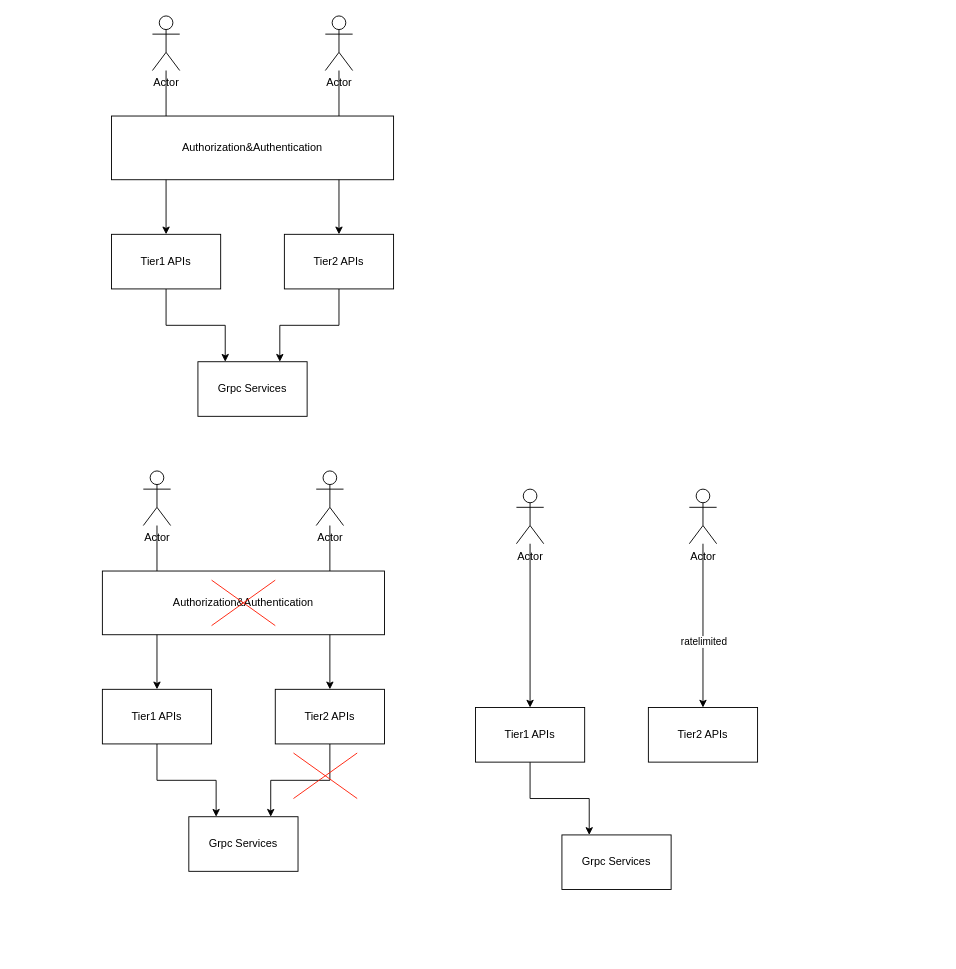
The draw.io diagram API Downgrade.drawio in evagle/awesome, before the edit. Source tidied: cells renumbered, new cells numbered last; positions are measured from the earlier drawing's top-left corner, leaving out a move shared by most shapes. Both pictures are drawn from the tidied source at 91%, with x=0, y=0 at pixel (102, 15).
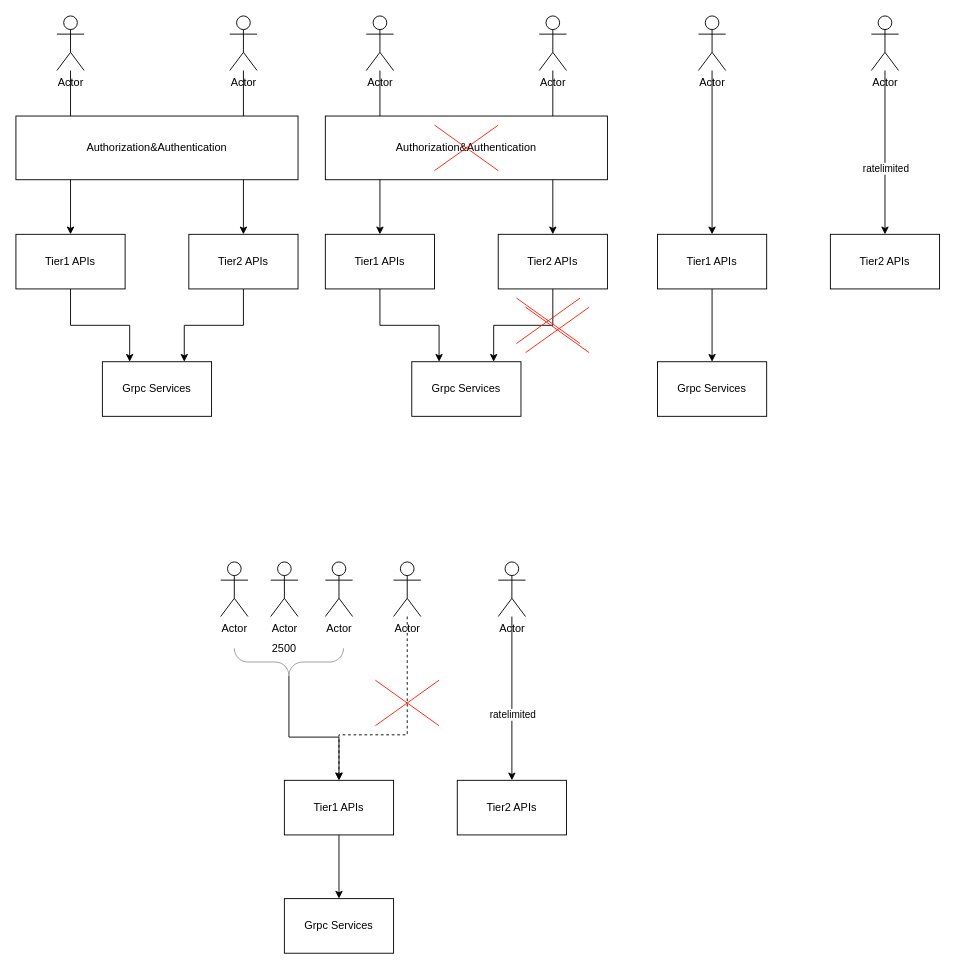
The same page after the edit.

Diff of the diagram source:
```diff
@@
     <mxCell id="3" value="Tier1 APIs" style="rounded=0;whiteSpace=wrap;html=1;" parent="1" vertex="1">
-      <mxGeometry x="10" y="240" width="120" height="60" as="geometry" />
+      <mxGeometry x="-95" y="240" width="120" height="60" as="geometry" />
     </mxCell>
@@
     <mxCell id="5" value="Tier2 APIs" style="rounded=0;whiteSpace=wrap;html=1;" parent="1" vertex="1">
-      <mxGeometry x="200" y="240" width="120" height="60" as="geometry" />
+      <mxGeometry x="95" y="240" width="120" height="60" as="geometry" />
     </mxCell>
@@
     <mxCell id="7" value="Actor" style="shape=umlActor;verticalLabelPosition=bottom;verticalAlign=top;html=1;outlineConnect=0;" parent="1" vertex="1">
-      <mxGeometry x="55" width="30" height="60" as="geometry" />
+      <mxGeometry x="-50" width="30" height="60" as="geometry" />
     </mxCell>
     <mxCell id="8" value="Grpc Services" style="rounded=0;whiteSpace=wrap;html=1;" parent="1" vertex="1">
-      <mxGeometry x="105" y="380" width="120" height="60" as="geometry" />
+      <mxGeometry y="380" width="120" height="60" as="geometry" />
     </mxCell>
@@
     <mxCell id="10" value="Actor" style="shape=umlActor;verticalLabelPosition=bottom;verticalAlign=top;html=1;outlineConnect=0;" parent="1" vertex="1">
-      <mxGeometry x="245" width="30" height="60" as="geometry" />
+      <mxGeometry x="140" width="30" height="60" as="geometry" />
     </mxCell>
     <mxCell id="11" value="Authorization&amp;amp;Authentication" style="rounded=0;whiteSpace=wrap;html=1;" parent="1" vertex="1">
-      <mxGeometry x="10" y="110" width="310" height="70" as="geometry" />
+      <mxGeometry x="-95" y="110" width="310" height="70" as="geometry" />
     </mxCell>
@@
     <mxCell id="13" value="Tier1 APIs" style="rounded=0;whiteSpace=wrap;html=1;" parent="1" vertex="1">
-      <mxGeometry y="740" width="120" height="60" as="geometry" />
+      <mxGeometry x="245" y="240" width="120" height="60" as="geometry" />
     </mxCell>
@@
     <mxCell id="15" value="Tier2 APIs" style="rounded=0;whiteSpace=wrap;html=1;" parent="1" vertex="1">
-      <mxGeometry x="190" y="740" width="120" height="60" as="geometry" />
+      <mxGeometry x="435" y="240" width="120" height="60" as="geometry" />
     </mxCell>
     <mxCell id="16" style="edgeStyle=orthogonalEdgeStyle;rounded=0;jettySize=auto;html=1;" parent="1" edge="1" source="17" target="13">
-      <mxGeometry relative="1" as="geometry" />
+      <mxGeometry relative="1" as="geometry">
+        <Array as="points">
+          <mxPoint x="305" y="170" />
+          <mxPoint x="305" y="170" />
+        </Array>
+      </mxGeometry>
     </mxCell>
     <mxCell id="17" value="Actor" style="shape=umlActor;verticalLabelPosition=bottom;verticalAlign=top;html=1;outlineConnect=0;" parent="1" vertex="1">
-      <mxGeometry x="45" y="500" width="30" height="60" as="geometry" />
+      <mxGeometry x="290" width="30" height="60" as="geometry" />
     </mxCell>
     <mxCell id="18" value="Grpc Services" style="rounded=0;whiteSpace=wrap;html=1;" parent="1" vertex="1">
-      <mxGeometry x="95" y="880" width="120" height="60" as="geometry" />
+      <mxGeometry x="340" y="380" width="120" height="60" as="geometry" />
     </mxCell>
@@
     <mxCell id="20" value="Actor" style="shape=umlActor;verticalLabelPosition=bottom;verticalAlign=top;html=1;outlineConnect=0;" parent="1" vertex="1">
-      <mxGeometry x="235" y="500" width="30" height="60" as="geometry" />
+      <mxGeometry x="480" width="30" height="60" as="geometry" />
     </mxCell>
     <mxCell id="21" value="Authorization&amp;amp;Authentication" style="rounded=0;whiteSpace=wrap;html=1;" parent="1" vertex="1">
-      <mxGeometry y="610" width="310" height="70" as="geometry" />
+      <mxGeometry x="245" y="110" width="310" height="70" as="geometry" />
     </mxCell>
     <mxCell id="22" style="group;" parent="1" vertex="1">
-      <mxGeometry x="120" y="620" width="70" height="50" as="geometry" />
+      <mxGeometry x="365" y="120" width="70" height="50" as="geometry" />
     </mxCell>
@@
     <mxCell id="25" style="group;" parent="1" vertex="1">
-      <mxGeometry x="210" y="810" width="70" height="50" as="geometry" />
+      <mxGeometry x="455" y="310" width="70" height="50" as="geometry" />
     </mxCell>
@@
-    <mxCell id="28" style="edgeStyle=orthogonalEdgeStyle;rounded=0;jettySize=auto;html=1;exitX=0.5;exitY=1;exitDx=0;exitDy=0;entryX=0.25;entryY=0;entryDx=0;entryDy=0;" parent="1" edge="1" source="29" target="33">
+    <mxCell id="28" style="edgeStyle=orthogonalEdgeStyle;rounded=0;jettySize=auto;html=1;exitX=0.5;exitY=1;exitDx=0;exitDy=0;entryX=0.5;entryY=0;entryDx=0;entryDy=0;" parent="1" edge="1" source="29" target="33">
       <mxGeometry relative="1" as="geometry" />
     </mxCell>
     <mxCell id="29" value="Tier1 APIs" style="rounded=0;whiteSpace=wrap;html=1;" parent="1" vertex="1">
-      <mxGeometry x="410" y="760" width="120" height="60" as="geometry" />
+      <mxGeometry x="610" y="240" width="120" height="60" as="geometry" />
     </mxCell>
     <mxCell id="30" value="Tier2 APIs" style="rounded=0;whiteSpace=wrap;html=1;" parent="1" vertex="1">
-      <mxGeometry x="600" y="760" width="120" height="60" as="geometry" />
+      <mxGeometry x="800" y="240" width="120" height="60" as="geometry" />
     </mxCell>
@@
     <mxCell id="32" value="Actor" style="shape=umlActor;verticalLabelPosition=bottom;verticalAlign=top;html=1;outlineConnect=0;" parent="1" vertex="1">
-      <mxGeometry x="455" y="520" width="30" height="60" as="geometry" />
+      <mxGeometry x="655" width="30" height="60" as="geometry" />
     </mxCell>
     <mxCell id="33" value="Grpc Services" style="rounded=0;whiteSpace=wrap;html=1;" parent="1" vertex="1">
-      <mxGeometry x="505" y="900" width="120" height="60" as="geometry" />
+      <mxGeometry x="610" y="380" width="120" height="60" as="geometry" />
     </mxCell>
@@
     <mxCell id="36" value="Actor" style="shape=umlActor;verticalLabelPosition=bottom;verticalAlign=top;html=1;outlineConnect=0;" parent="1" vertex="1">
-      <mxGeometry x="645" y="520" width="30" height="60" as="geometry" />
+      <mxGeometry x="845" width="30" height="60" as="geometry" />
     </mxCell>
+    <mxCell id="37" style="edgeStyle=orthogonalEdgeStyle;rounded=0;jettySize=auto;html=1;exitX=0.5;exitY=1;exitDx=0;exitDy=0;entryX=0.5;entryY=0;entryDx=0;entryDy=0;" parent="1" edge="1" source="38" target="42">
+      <mxGeometry relative="1" as="geometry" />
+    </mxCell>
+    <mxCell id="38" value="Tier1 APIs" style="rounded=0;whiteSpace=wrap;html=1;" parent="1" vertex="1">
+      <mxGeometry x="200" y="840" width="120" height="60" as="geometry" />
+    </mxCell>
+    <mxCell id="39" value="Tier2 APIs" style="rounded=0;whiteSpace=wrap;html=1;" parent="1" vertex="1">
+      <mxGeometry x="390" y="840" width="120" height="60" as="geometry" />
+    </mxCell>
+    <mxCell id="40" style="edgeStyle=orthogonalEdgeStyle;rounded=0;jettySize=auto;html=1;exitX=0.5;exitY=0.286;exitDx=0;exitDy=0;exitPerimeter=0;" parent="1" edge="1" source="50" target="38">
+      <mxGeometry relative="1" as="geometry" />
+    </mxCell>
+    <mxCell id="41" value="Actor" style="shape=umlActor;verticalLabelPosition=bottom;verticalAlign=top;html=1;" parent="1" vertex="1">
+      <mxGeometry x="245" y="600" width="30" height="60" as="geometry" />
+    </mxCell>
+    <mxCell id="42" value="Grpc Services" style="rounded=0;whiteSpace=wrap;html=1;" parent="1" vertex="1">
+      <mxGeometry x="200" y="970" width="120" height="60" as="geometry" />
+    </mxCell>
+    <mxCell id="43" style="edgeStyle=orthogonalEdgeStyle;rounded=0;jettySize=auto;html=1;" parent="1" edge="1" source="45" target="39">
+      <mxGeometry relative="1" as="geometry" />
+    </mxCell>
+    <mxCell id="44" value="ratelimited" style="edgeLabel;html=1;align=center;verticalAlign=middle;" parent="43" vertex="1">
+      <mxGeometry x="0.18" relative="1" as="geometry">
+        <mxPoint y="1" as="offset" />
+      </mxGeometry>
+    </mxCell>
+    <mxCell id="45" value="Actor" style="shape=umlActor;verticalLabelPosition=bottom;verticalAlign=top;html=1;outlineConnect=0;" parent="1" vertex="1">
+      <mxGeometry x="435" y="600" width="30" height="60" as="geometry" />
+    </mxCell>
+    <mxCell id="46" value="Actor" style="shape=umlActor;verticalLabelPosition=bottom;verticalAlign=top;html=1;" parent="1" vertex="1">
+      <mxGeometry x="185" y="600" width="30" height="60" as="geometry" />
+    </mxCell>
+    <mxCell id="47" style="edgeStyle=orthogonalEdgeStyle;rounded=0;jettySize=auto;html=1;dashed=1;" parent="1" edge="1" source="48" target="38">
+      <mxGeometry relative="1" as="geometry">
+        <Array as="points">
+          <mxPoint x="335" y="790" />
+          <mxPoint x="260" y="790" />
+        </Array>
+      </mxGeometry>
+    </mxCell>
+    <mxCell id="48" value="Actor" style="shape=umlActor;verticalLabelPosition=bottom;verticalAlign=top;html=1;outlineConnect=0;" parent="1" vertex="1">
+      <mxGeometry x="320" y="600" width="30" height="60" as="geometry" />
+    </mxCell>
+    <mxCell id="49" value="Actor" style="shape=umlActor;verticalLabelPosition=bottom;verticalAlign=top;html=1;" parent="1" vertex="1">
+      <mxGeometry x="130" y="600" width="30" height="60" as="geometry" />
+    </mxCell>
+    <mxCell id="50" style="labelPosition=right;align=left;strokeWidth=1;shape=mxgraph.mockup.markup.curlyBrace;html=1;shadow=0;dashed=0;strokeColor=#999999;direction=north;rotation=-90;" parent="1" vertex="1">
+      <mxGeometry x="170" y="650" width="70" height="120" as="geometry" />
+    </mxCell>
+    <mxCell id="51" value="2500" style="text;html=1;strokeColor=none;fillColor=none;align=center;verticalAlign=middle;whiteSpace=wrap;rounded=0;" parent="1" vertex="1">
+      <mxGeometry x="170" y="680" width="60" height="30" as="geometry" />
+    </mxCell>
+    <mxCell id="52" style="group;" parent="1" vertex="1">
+      <mxGeometry x="300" y="730" width="70" height="50" as="geometry" />
+    </mxCell>
+    <mxCell id="53" style="endArrow=none;html=1;rounded=0;strokeColor=#FF1900;" parent="52" edge="1">
+      <mxGeometry relative="1" as="geometry">
+        <mxPoint y="50" as="sourcePoint" />
+        <mxPoint x="70" as="targetPoint" />
+      </mxGeometry>
+    </mxCell>
+    <mxCell id="54" style="endArrow=none;html=1;rounded=0;strokeColor=#FF1900;" parent="52" edge="1">
+      <mxGeometry relative="1" as="geometry">
+        <mxPoint as="sourcePoint" />
+        <mxPoint x="70" y="50" as="targetPoint" />
+      </mxGeometry>
+    </mxCell>
+    <mxCell id="55" style="group;" parent="1" vertex="1">
+      <mxGeometry x="465" y="320" width="70" height="50" as="geometry" />
+    </mxCell>
+    <mxCell id="56" style="endArrow=none;html=1;rounded=0;strokeColor=#FF1900;" parent="55" edge="1">
+      <mxGeometry relative="1" as="geometry">
+        <mxPoint y="50" as="sourcePoint" />
+        <mxPoint x="70" as="targetPoint" />
+      </mxGeometry>
+    </mxCell>
+    <mxCell id="57" style="endArrow=none;html=1;rounded=0;strokeColor=#FF1900;" parent="55" edge="1">
+      <mxGeometry relative="1" as="geometry">
+        <mxPoint as="sourcePoint" />
+        <mxPoint x="70" y="50" as="targetPoint" />
+      </mxGeometry>
+    </mxCell>
```
